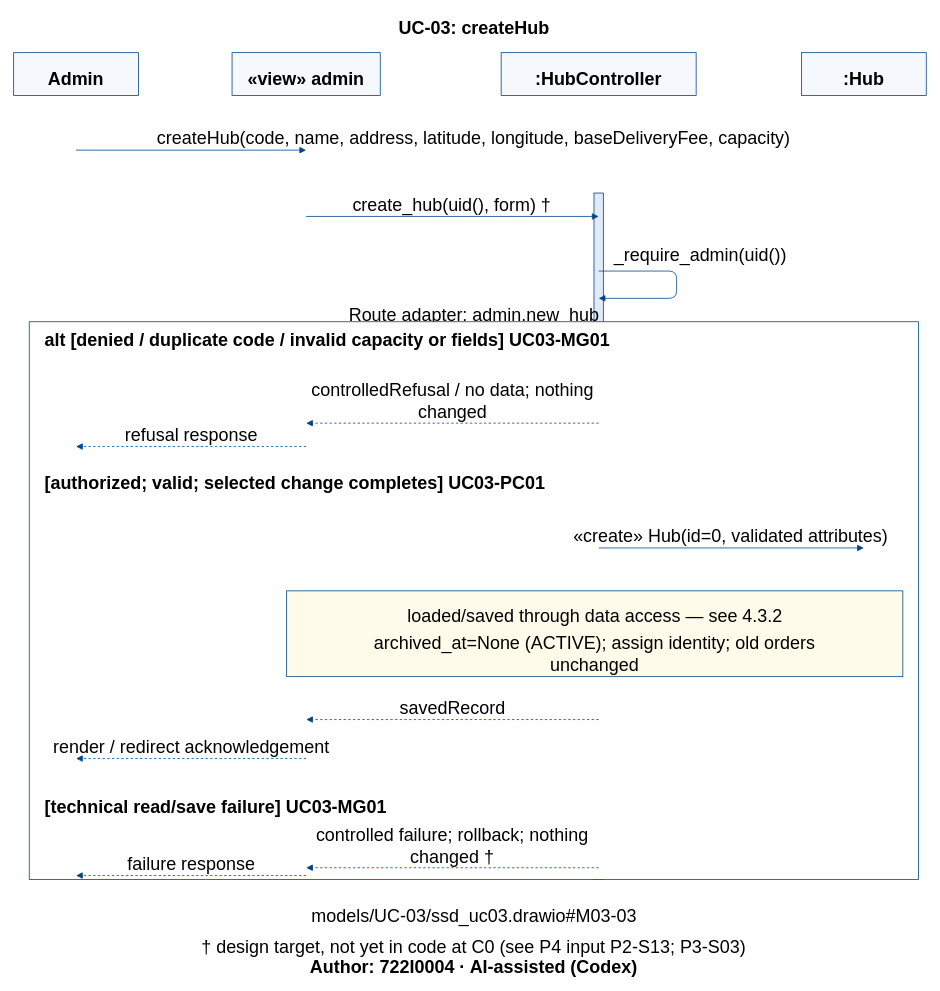
Before: models/UC-03/seq_uc03_createHub.drawio in Dat071104/SaigonBite, a draw.io diagram. Source tidied: cells renumbered, new cells numbered last; positions are measured from the earlier drawing's top-left corner, leaving out a move shared by most shapes. Both pictures are drawn from the tidied source at 78%, with x=0, y=0 at pixel (13, 12).
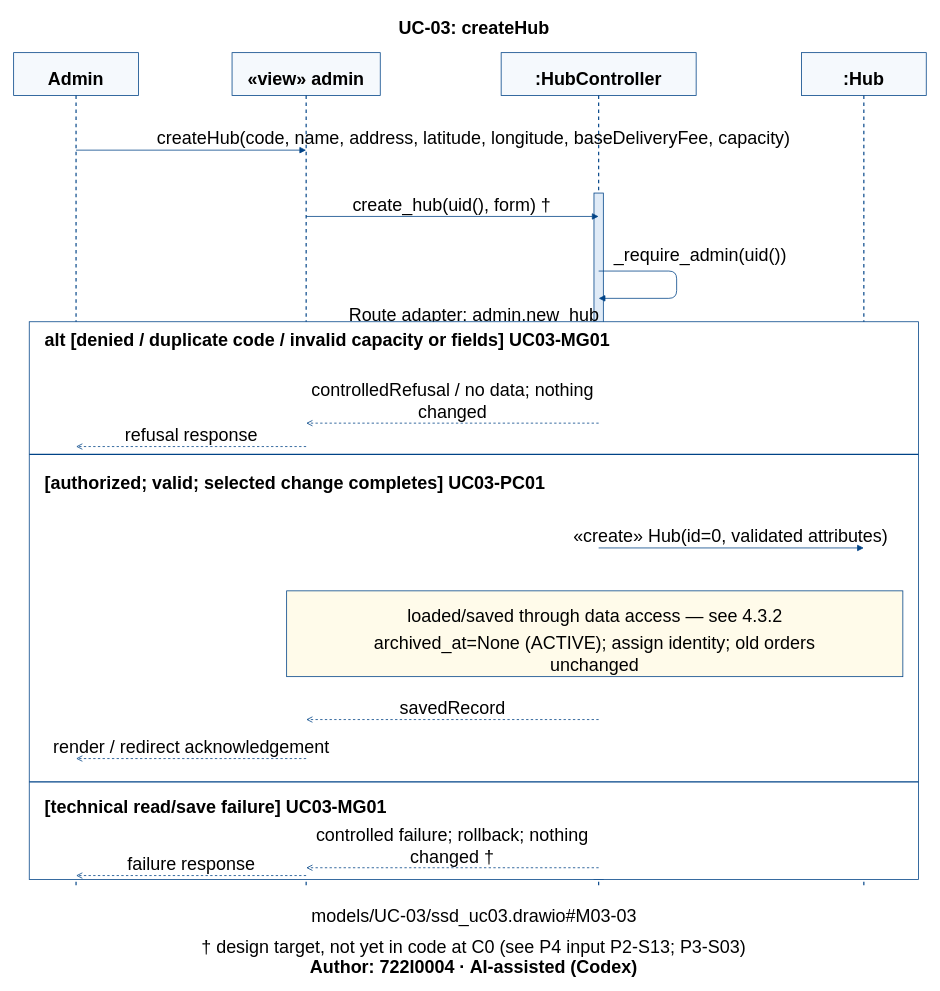
The same page after the edit.

Unchanged cells that the change refers to:
```xml
<mxCell id="4" style="html=0;whiteSpace=wrap;fontFamily=Arial;fillColor=#F5F9FD;strokeColor=#004387;" parent="1" vertex="1">
  <mxGeometry y="51" width="160" height="55" as="geometry" />
</mxCell>
<mxCell id="6" style="html=0;whiteSpace=wrap;fontFamily=Arial;fillColor=#F5F9FD;strokeColor=#004387;" parent="1" vertex="1">
  <mxGeometry x="280" y="51" width="190" height="55" as="geometry" />
</mxCell>
<mxCell id="8" style="html=0;whiteSpace=wrap;fontFamily=Arial;fillColor=#F5F9FD;strokeColor=#004387;" parent="1" vertex="1">
  <mxGeometry x="625" y="51" width="250" height="55" as="geometry" />
</mxCell>
```

The edit, as a diff of the source:
```diff
@@
+    <mxCell id="43" style="html=0;whiteSpace=wrap;fontFamily=Arial;shape=line;direction=south;strokeColor=#004387;strokeWidth=1.5;dashed=1;endArrow=none;startArrow=none;fillColor=none;" parent="1" vertex="1">
+      <mxGeometry x="79" y="106" width="2" height="1015" as="geometry" />
+    </mxCell>
@@
+    <mxCell id="44" style="html=0;whiteSpace=wrap;fontFamily=Arial;shape=line;direction=south;strokeColor=#004387;strokeWidth=1.5;dashed=1;endArrow=none;startArrow=none;fillColor=none;" parent="1" vertex="1">
+      <mxGeometry x="374" y="106" width="2" height="1015" as="geometry" />
+    </mxCell>
@@
+    <mxCell id="45" style="html=0;whiteSpace=wrap;fontFamily=Arial;shape=line;direction=south;strokeColor=#004387;strokeWidth=1.5;dashed=1;endArrow=none;startArrow=none;fillColor=none;" parent="1" vertex="1">
+      <mxGeometry x="749" y="106" width="2" height="1015" as="geometry" />
+    </mxCell>
@@
+    <mxCell id="46" style="html=0;whiteSpace=wrap;fontFamily=Arial;shape=line;direction=south;strokeColor=#004387;strokeWidth=1.5;dashed=1;endArrow=none;startArrow=none;fillColor=none;" parent="1" vertex="1">
+      <mxGeometry x="1089" y="106" width="2" height="1015" as="geometry" />
+    </mxCell>
@@
-    <mxCell id="23" style="edgeStyle=none;endArrow=block;dashed=1;strokeColor=#004387;exitX=0.5;exitY=8.636363636363637;entryX=0.5;entryY=8.636363636363637;exitPerimeter=0;entryPerimeter=0;" parent="1" edge="1" source="8" target="6">
+    <mxCell id="23" style="edgeStyle=none;endArrow=open;dashed=1;strokeColor=#004387;exitX=0.5;exitY=8.636363636363637;entryX=0.5;entryY=8.636363636363637;exitPerimeter=0;entryPerimeter=0;" parent="1" edge="1" source="8" target="6">
       <mxGeometry relative="1" as="geometry" />
     </mxCell>
@@
-    <mxCell id="25" style="edgeStyle=none;endArrow=block;dashed=1;strokeColor=#004387;exitX=0.5;exitY=9.181818181818182;entryX=0.5;entryY=9.181818181818182;exitPerimeter=0;entryPerimeter=0;" parent="1" edge="1" source="6" target="4">
+    <mxCell id="25" style="edgeStyle=none;endArrow=open;dashed=1;strokeColor=#004387;exitX=0.5;exitY=9.181818181818182;entryX=0.5;entryY=9.181818181818182;exitPerimeter=0;entryPerimeter=0;" parent="1" edge="1" source="6" target="4">
       <mxGeometry relative="1" as="geometry" />
     </mxCell>
+    <mxCell id="47" style="html=0;whiteSpace=wrap;fontFamily=Arial;shape=line;direction=east;strokeColor=#004387;strokeWidth=1.5;dashed=0;endArrow=none;startArrow=none;fillColor=none;" parent="1" vertex="1">
+      <mxGeometry x="20" y="565" width="1140" height="2" as="geometry" />
+    </mxCell>
@@
-    <mxCell id="33" style="edgeStyle=none;endArrow=block;dashed=1;strokeColor=#004387;exitX=0.5;exitY=15.545454545454545;entryX=0.5;entryY=15.545454545454545;exitPerimeter=0;entryPerimeter=0;" parent="1" edge="1" source="8" target="6">
+    <mxCell id="33" style="edgeStyle=none;endArrow=open;dashed=1;strokeColor=#004387;exitX=0.5;exitY=15.545454545454545;entryX=0.5;entryY=15.545454545454545;exitPerimeter=0;entryPerimeter=0;" parent="1" edge="1" source="8" target="6">
       <mxGeometry relative="1" as="geometry" />
     </mxCell>
@@
-    <mxCell id="35" style="edgeStyle=none;endArrow=block;dashed=1;strokeColor=#004387;exitX=0.5;exitY=16.454545454545453;entryX=0.5;entryY=16.454545454545453;exitPerimeter=0;entryPerimeter=0;" parent="1" edge="1" source="6" target="4">
+    <mxCell id="35" style="edgeStyle=none;endArrow=open;dashed=1;strokeColor=#004387;exitX=0.5;exitY=16.454545454545453;entryX=0.5;entryY=16.454545454545453;exitPerimeter=0;entryPerimeter=0;" parent="1" edge="1" source="6" target="4">
       <mxGeometry relative="1" as="geometry" />
     </mxCell>
+    <mxCell id="48" style="html=0;whiteSpace=wrap;fontFamily=Arial;shape=line;direction=east;strokeColor=#004387;strokeWidth=1.5;dashed=0;endArrow=none;startArrow=none;fillColor=none;" parent="1" vertex="1">
+      <mxGeometry x="20" y="985" width="1140" height="2" as="geometry" />
+    </mxCell>
@@
-    <mxCell id="38" style="edgeStyle=none;endArrow=block;dashed=1;strokeColor=#004387;exitX=0.5;exitY=19.0;entryX=0.5;entryY=19.0;exitPerimeter=0;entryPerimeter=0;" parent="1" edge="1" source="8" target="6">
+    <mxCell id="38" style="edgeStyle=none;endArrow=open;dashed=1;strokeColor=#004387;exitX=0.5;exitY=19.0;entryX=0.5;entryY=19.0;exitPerimeter=0;entryPerimeter=0;" parent="1" edge="1" source="8" target="6">
       <mxGeometry relative="1" as="geometry" />
     </mxCell>
@@
-    <mxCell id="40" style="edgeStyle=none;endArrow=block;dashed=1;strokeColor=#004387;exitX=0.5;exitY=19.181818181818183;entryX=0.5;entryY=19.181818181818183;exitPerimeter=0;entryPerimeter=0;" parent="1" edge="1" source="6" target="4">
+    <mxCell id="40" style="edgeStyle=none;endArrow=open;dashed=1;strokeColor=#004387;exitX=0.5;exitY=19.181818181818183;entryX=0.5;entryY=19.181818181818183;exitPerimeter=0;entryPerimeter=0;" parent="1" edge="1" source="6" target="4">
       <mxGeometry relative="1" as="geometry" />
     </mxCell>
```
